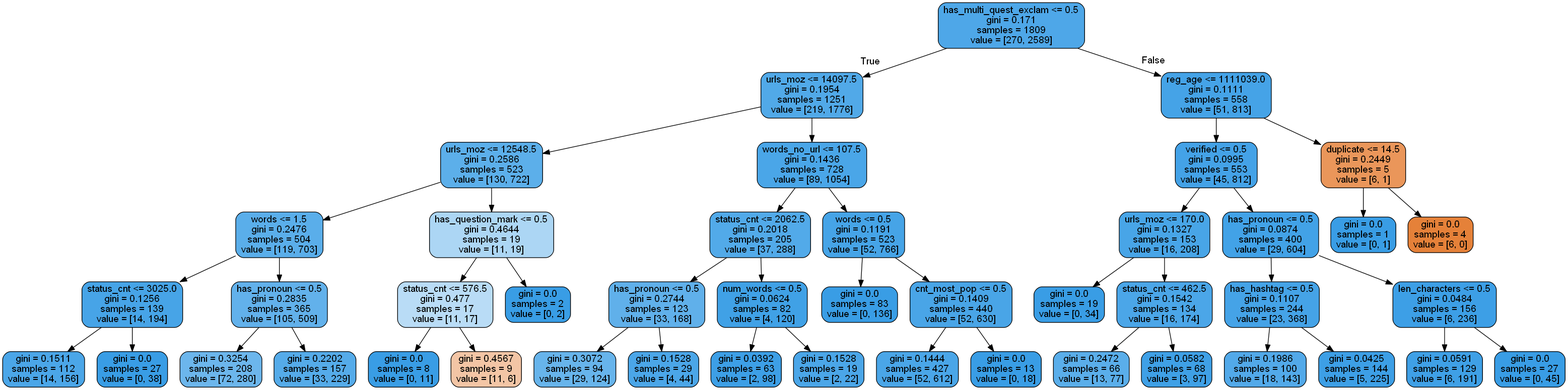
This is Python/twitter_filter/trees/dtree3.png from burningskies42/Twitter_Analytics, a Graphviz export, as it was before one commit. Its source is kept beside it as Python/twitter_filter/trees/dtree3.dot.
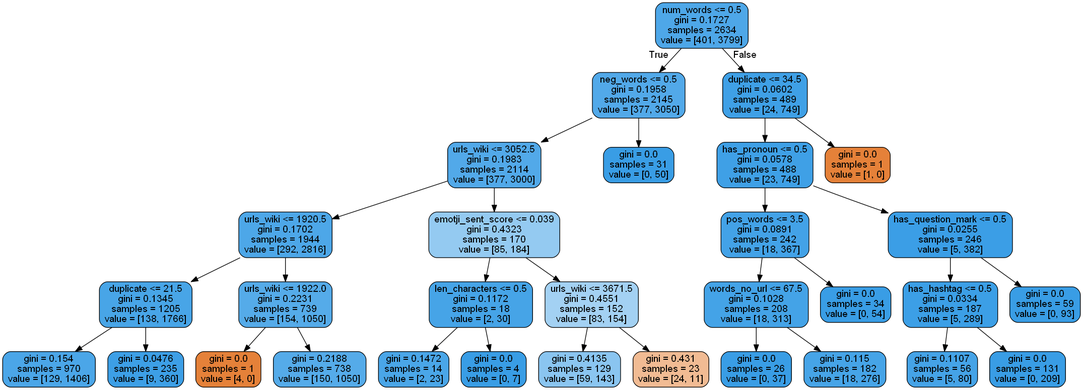
The same file after the commit.

What changed in the source:
```diff
@@ -1,93 +1,65 @@
 digraph Tree {
 node [shape=box, style="filled, rounded", color="black", fontname=helvetica] ;
 edge [fontname=helvetica] ;
-0 [label="has_multi_quest_exclam <= 0.5\ngini = 0.171\nsamples = 1809\nvalue = [270, 2589]", fillcolor="#399de5e4"] ;
-1 [label="urls_moz <= 14097.5\ngini = 0.1954\nsamples = 1251\nvalue = [219, 1776]", fillcolor="#399de5e0"] ;
+0 [label="num_words <= 0.5\ngini = 0.1727\nsamples = 2634\nvalue = [401, 3799]", fillcolor="#399de5e4"] ;
+1 [label="neg_words <= 0.5\ngini = 0.1958\nsamples = 2145\nvalue = [377, 3050]", fillcolor="#399de5df"] ;
 0 -> 1 [labeldistance=2.5, labelangle=45, headlabel="True"] ;
-2 [label="urls_moz <= 12548.5\ngini = 0.2586\nsamples = 523\nvalue = [130, 722]", fillcolor="#399de5d1"] ;
+2 [label="urls_wiki <= 3052.5\ngini = 0.1983\nsamples = 2114\nvalue = [377, 3000]", fillcolor="#399de5df"] ;
 1 -> 2 ;
-3 [label="words <= 1.5\ngini = 0.2476\nsamples = 504\nvalue = [119, 703]", fillcolor="#399de5d4"] ;
+3 [label="urls_wiki <= 1920.5\ngini = 0.1702\nsamples = 1944\nvalue = [292, 2816]", fillcolor="#399de5e5"] ;
 2 -> 3 ;
-4 [label="status_cnt <= 3025.0\ngini = 0.1256\nsamples = 139\nvalue = [14, 194]", fillcolor="#399de5ed"] ;
+4 [label="duplicate <= 21.5\ngini = 0.1345\nsamples = 1205\nvalue = [138, 1766]", fillcolor="#399de5eb"] ;
 3 -> 4 ;
-5 [label="gini = 0.1511\nsamples = 112\nvalue = [14, 156]", fillcolor="#399de5e8"] ;
+5 [label="gini = 0.154\nsamples = 970\nvalue = [129, 1406]", fillcolor="#399de5e8"] ;
 4 -> 5 ;
-6 [label="gini = 0.0\nsamples = 27\nvalue = [0, 38]", fillcolor="#399de5ff"] ;
+6 [label="gini = 0.0476\nsamples = 235\nvalue = [9, 360]", fillcolor="#399de5f9"] ;
 4 -> 6 ;
-7 [label="has_pronoun <= 0.5\ngini = 0.2835\nsamples = 365\nvalue = [105, 509]", fillcolor="#399de5ca"] ;
+7 [label="urls_wiki <= 1922.0\ngini = 0.2231\nsamples = 739\nvalue = [154, 1050]", fillcolor="#399de5da"] ;
 3 -> 7 ;
-8 [label="gini = 0.3254\nsamples = 208\nvalue = [72, 280]", fillcolor="#399de5bd"] ;
+8 [label="gini = 0.0\nsamples = 1\nvalue = [4, 0]", fillcolor="#e58139ff"] ;
 7 -> 8 ;
-9 [label="gini = 0.2202\nsamples = 157\nvalue = [33, 229]", fillcolor="#399de5da"] ;
+9 [label="gini = 0.2188\nsamples = 738\nvalue = [150, 1050]", fillcolor="#399de5db"] ;
 7 -> 9 ;
-10 [label="has_question_mark <= 0.5\ngini = 0.4644\nsamples = 19\nvalue = [11, 19]", fillcolor="#399de56b"] ;
+10 [label="emotji_sent_score <= 0.039\ngini = 0.4323\nsamples = 170\nvalue = [85, 184]", fillcolor="#399de589"] ;
 2 -> 10 ;
-11 [label="status_cnt <= 576.5\ngini = 0.477\nsamples = 17\nvalue = [11, 17]", fillcolor="#399de55a"] ;
+11 [label="len_characters <= 0.5\ngini = 0.1172\nsamples = 18\nvalue = [2, 30]", fillcolor="#399de5ee"] ;
 10 -> 11 ;
-12 [label="gini = 0.0\nsamples = 8\nvalue = [0, 11]", fillcolor="#399de5ff"] ;
+12 [label="gini = 0.1472\nsamples = 14\nvalue = [2, 23]", fillcolor="#399de5e9"] ;
 11 -> 12 ;
-13 [label="gini = 0.4567\nsamples = 9\nvalue = [11, 6]", fillcolor="#e5813974"] ;
+13 [label="gini = 0.0\nsamples = 4\nvalue = [0, 7]", fillcolor="#399de5ff"] ;
 11 -> 13 ;
-14 [label="gini = 0.0\nsamples = 2\nvalue = [0, 2]", fillcolor="#399de5ff"] ;
+14 [label="urls_wiki <= 3671.5\ngini = 0.4551\nsamples = 152\nvalue = [83, 154]", fillcolor="#399de576"] ;
 10 -> 14 ;
-15 [label="words_no_url <= 107.5\ngini = 0.1436\nsamples = 728\nvalue = [89, 1054]", fillcolor="#399de5e9"] ;
-1 -> 15 ;
-16 [label="status_cnt <= 2062.5\ngini = 0.2018\nsamples = 205\nvalue = [37, 288]", fillcolor="#399de5de"] ;
-15 -> 16 ;
-17 [label="has_pronoun <= 0.5\ngini = 0.2744\nsamples = 123\nvalue = [33, 168]", fillcolor="#399de5cd"] ;
-16 -> 17 ;
-18 [label="gini = 0.3072\nsamples = 94\nvalue = [29, 124]", fillcolor="#399de5c3"] ;
-17 -> 18 ;
-19 [label="gini = 0.1528\nsamples = 29\nvalue = [4, 44]", fillcolor="#399de5e8"] ;
-17 -> 19 ;
-20 [label="num_words <= 0.5\ngini = 0.0624\nsamples = 82\nvalue = [4, 120]", fillcolor="#399de5f6"] ;
-16 -> 20 ;
-21 [label="gini = 0.0392\nsamples = 63\nvalue = [2, 98]", fillcolor="#399de5fa"] ;
+15 [label="gini = 0.4135\nsamples = 129\nvalue = [59, 143]", fillcolor="#399de596"] ;
+14 -> 15 ;
+16 [label="gini = 0.431\nsamples = 23\nvalue = [24, 11]", fillcolor="#e581398a"] ;
+14 -> 16 ;
+17 [label="gini = 0.0\nsamples = 31\nvalue = [0, 50]", fillcolor="#399de5ff"] ;
+1 -> 17 ;
+18 [label="duplicate <= 34.5\ngini = 0.0602\nsamples = 489\nvalue = [24, 749]", fillcolor="#399de5f7"] ;
+0 -> 18 [labeldistance=2.5, labelangle=-45, headlabel="False"] ;
+19 [label="has_pronoun <= 0.5\ngini = 0.0578\nsamples = 488\nvalue = [23, 749]", fillcolor="#399de5f7"] ;
+18 -> 19 ;
+20 [label="pos_words <= 3.5\ngini = 0.0891\nsamples = 242\nvalue = [18, 367]", fillcolor="#399de5f2"] ;
+19 -> 20 ;
+21 [label="words_no_url <= 67.5\ngini = 0.1028\nsamples = 208\nvalue = [18, 313]", fillcolor="#399de5f0"] ;
 20 -> 21 ;
-22 [label="gini = 0.1528\nsamples = 19\nvalue = [2, 22]", fillcolor="#399de5e8"] ;
-20 -> 22 ;
-23 [label="words <= 0.5\ngini = 0.1191\nsamples = 523\nvalue = [52, 766]", fillcolor="#399de5ee"] ;
-15 -> 23 ;
-24 [label="gini = 0.0\nsamples = 83\nvalue = [0, 136]", fillcolor="#399de5ff"] ;
-23 -> 24 ;
-25 [label="cnt_most_pop <= 0.5\ngini = 0.1409\nsamples = 440\nvalue = [52, 630]", fillcolor="#399de5ea"] ;
-23 -> 25 ;
-26 [label="gini = 0.1444\nsamples = 427\nvalue = [52, 612]", fillcolor="#399de5e9"] ;
+22 [label="gini = 0.0\nsamples = 26\nvalue = [0, 37]", fillcolor="#399de5ff"] ;
+21 -> 22 ;
+23 [label="gini = 0.115\nsamples = 182\nvalue = [18, 276]", fillcolor="#399de5ee"] ;
+21 -> 23 ;
+24 [label="gini = 0.0\nsamples = 34\nvalue = [0, 54]", fillcolor="#399de5ff"] ;
+20 -> 24 ;
+25 [label="has_question_mark <= 0.5\ngini = 0.0255\nsamples = 246\nvalue = [5, 382]", fillcolor="#399de5fc"] ;
+19 -> 25 ;
+26 [label="has_hashtag <= 0.5\ngini = 0.0334\nsamples = 187\nvalue = [5, 289]", fillcolor="#399de5fb"] ;
 25 -> 26 ;
-27 [label="gini = 0.0\nsamples = 13\nvalue = [0, 18]", fillcolor="#399de5ff"] ;
-25 -> 27 ;
-28 [label="reg_age <= 1111039.0\ngini = 0.1111\nsamples = 558\nvalue = [51, 813]", fillcolor="#399de5ef"] ;
-0 -> 28 [labeldistance=2.5, labelangle=-45, headlabel="False"] ;
-29 [label="verified <= 0.5\ngini = 0.0995\nsamples = 553\nvalue = [45, 812]", fillcolor="#399de5f1"] ;
-28 -> 29 ;
-30 [label="urls_moz <= 170.0\ngini = 0.1327\nsamples = 153\nvalue = [16, 208]", fillcolor="#399de5eb"] ;
-29 -> 30 ;
-31 [label="gini = 0.0\nsamples = 19\nvalue = [0, 34]", fillcolor="#399de5ff"] ;
-30 -> 31 ;
-32 [label="status_cnt <= 462.5\ngini = 0.1542\nsamples = 134\nvalue = [16, 174]", fillcolor="#399de5e8"] ;
-30 -> 32 ;
-33 [label="gini = 0.2472\nsamples = 66\nvalue = [13, 77]", fillcolor="#399de5d4"] ;
-32 -> 33 ;
-34 [label="gini = 0.0582\nsamples = 68\nvalue = [3, 97]", fillcolor="#399de5f7"] ;
-32 -> 34 ;
-35 [label="has_pronoun <= 0.5\ngini = 0.0874\nsamples = 400\nvalue = [29, 604]", fillcolor="#399de5f3"] ;
-29 -> 35 ;
-36 [label="has_hashtag <= 0.5\ngini = 0.1107\nsamples = 244\nvalue = [23, 368]", fillcolor="#399de5ef"] ;
-35 -> 36 ;
-37 [label="gini = 0.1986\nsamples = 100\nvalue = [18, 143]", fillcolor="#399de5df"] ;
-36 -> 37 ;
-38 [label="gini = 0.0425\nsamples = 144\nvalue = [5, 225]", fillcolor="#399de5f9"] ;
-36 -> 38 ;
-39 [label="len_characters <= 0.5\ngini = 0.0484\nsamples = 156\nvalue = [6, 236]", fillcolor="#399de5f9"] ;
-35 -> 39 ;
-40 [label="gini = 0.0591\nsamples = 129\nvalue = [6, 191]", fillcolor="#399de5f7"] ;
-39 -> 40 ;
-41 [label="gini = 0.0\nsamples = 27\nvalue = [0, 45]", fillcolor="#399de5ff"] ;
-39 -> 41 ;
-42 [label="duplicate <= 14.5\ngini = 0.2449\nsamples = 5\nvalue = [6, 1]", fillcolor="#e58139d4"] ;
-28 -> 42 ;
-43 [label="gini = 0.0\nsamples = 1\nvalue = [0, 1]", fillcolor="#399de5ff"] ;
-42 -> 43 ;
-44 [label="gini = 0.0\nsamples = 4\nvalue = [6, 0]", fillcolor="#e58139ff"] ;
-42 -> 44 ;
+27 [label="gini = 0.1107\nsamples = 56\nvalue = [5, 80]", fillcolor="#399de5ef"] ;
+26 -> 27 ;
+28 [label="gini = 0.0\nsamples = 131\nvalue = [0, 209]", fillcolor="#399de5ff"] ;
+26 -> 28 ;
+29 [label="gini = 0.0\nsamples = 59\nvalue = [0, 93]", fillcolor="#399de5ff"] ;
+25 -> 29 ;
+30 [label="gini = 0.0\nsamples = 1\nvalue = [1, 0]", fillcolor="#e58139ff"] ;
+18 -> 30 ;
 }
```
